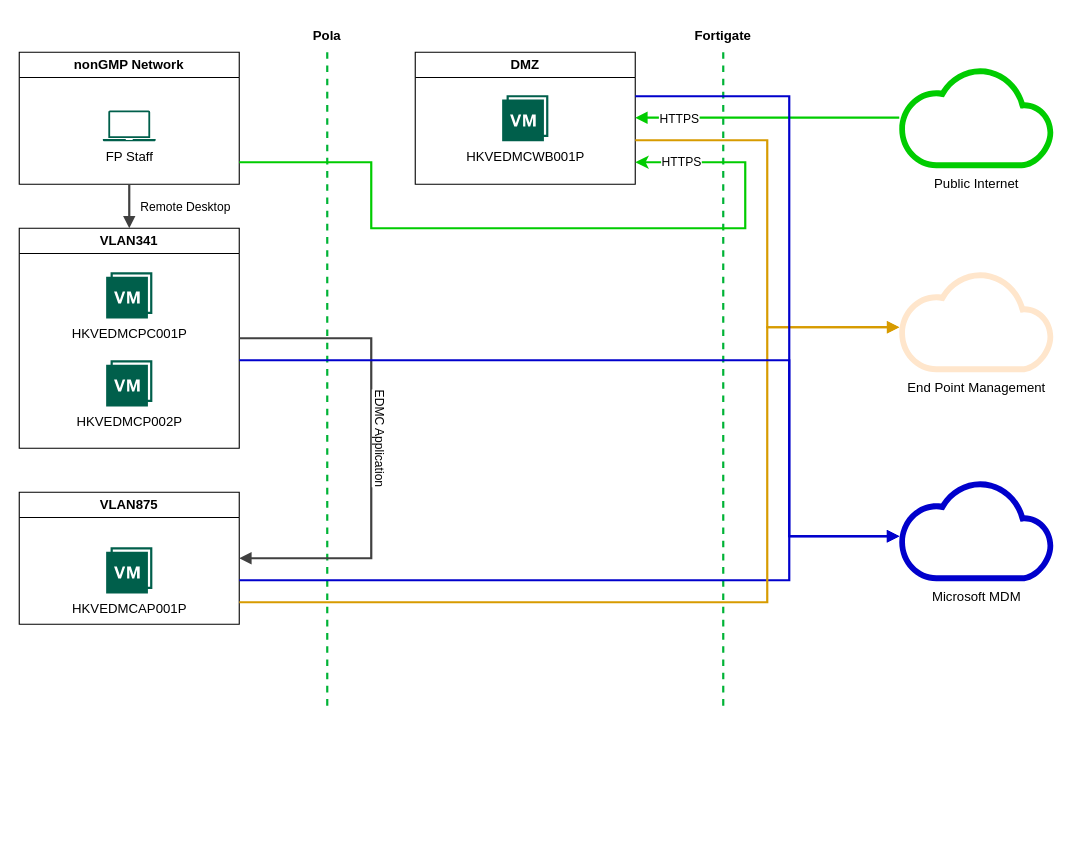
Earlier version of the draw.io diagram EDMC.drawio (rwo001/FP). Source tidied: cells renumbered, new cells numbered last; positions are measured from the earlier drawing's top-left corner, leaving out a move shared by most shapes. Both pictures are drawn from the tidied source at 110%, with x=0, y=0 at pixel (19, 19).
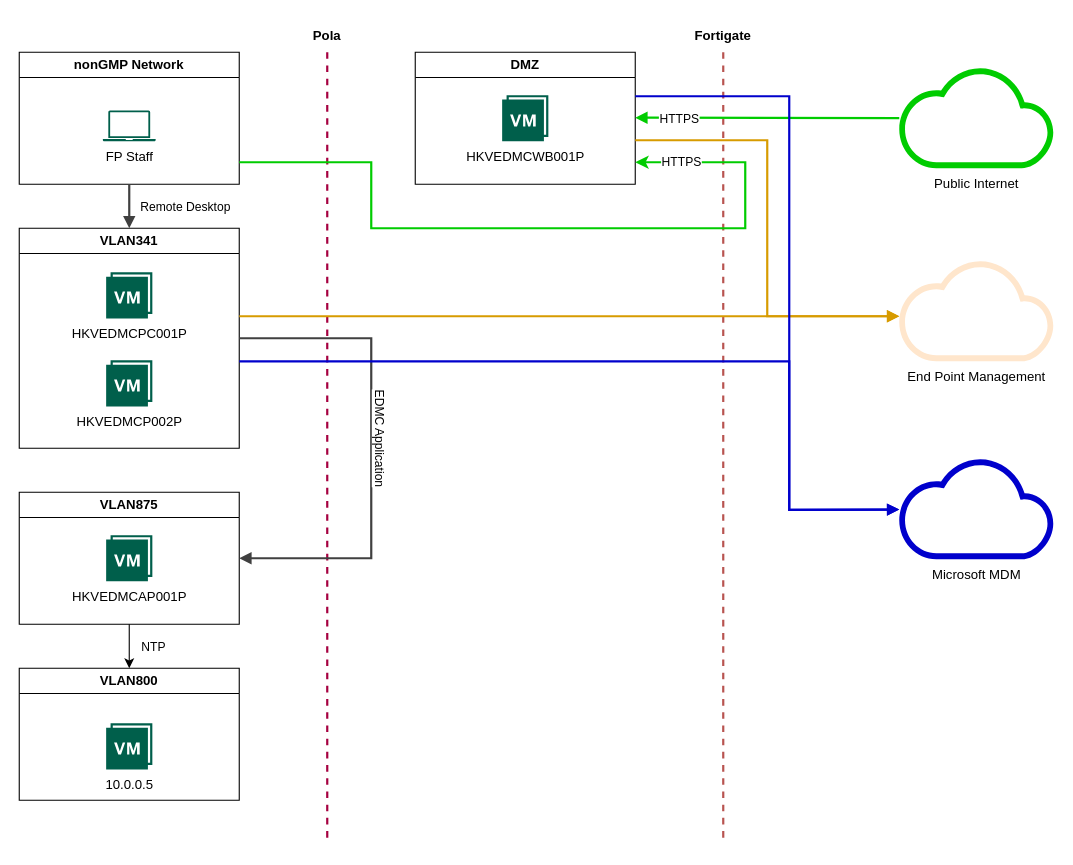
The same page after the edit.

Unchanged cells that the change refers to:
```xml
<mxCell id="2" value="VLAN875" style="swimlane;whiteSpace=wrap;html=1;" parent="1" vertex="1">
  <mxGeometry y="430" width="200" height="120" as="geometry" />
</mxCell>
<mxCell id="10" value="Public Internet" style="sketch=0;shadow=0;dashed=0;html=1;strokeColor=#82b366;fillColor=#00CC00;labelPosition=center;verticalLabelPosition=bottom;verticalAlign=top;align=center;outlineConnect=0;shape=mxgraph.veeam2.cloud;" parent="1" vertex="1">
  <mxGeometry x="800" y="44.5" width="140" height="91" as="geometry" />
</mxCell>
```

Diff of the diagram source:
```diff
@@
     <mxCell id="3" value="HKVEDMCAP001P" style="sketch=0;shadow=0;dashed=0;html=1;strokeColor=none;fillColor=#005F4B;labelPosition=center;verticalLabelPosition=bottom;verticalAlign=top;align=center;shape=mxgraph.veeam2.vm_with_a_snapshot;" parent="2" vertex="1">
-      <mxGeometry x="79" y="50" width="42" height="42" as="geometry" />
+      <mxGeometry x="79" y="39" width="42" height="42" as="geometry" />
     </mxCell>
@@
-    <mxCell id="9" style="edgeStyle=none;rounded=0;html=1;jettySize=auto;orthogonalLoop=1;strokeColor=#00B336;strokeWidth=2;fontColor=#000000;jumpStyle=none;endArrow=none;endFill=0;startArrow=none;dashed=1;" parent="1" edge="1">
+    <mxCell id="9" style="edgeStyle=none;rounded=0;html=1;jettySize=auto;orthogonalLoop=1;strokeColor=#A50040;strokeWidth=2;fontColor=#000000;jumpStyle=none;endArrow=none;endFill=0;startArrow=none;dashed=1;fillColor=#d80073;" parent="1" edge="1">
       <mxGeometry relative="1" as="geometry">
         <mxPoint x="280" y="30" as="sourcePoint" />
-        <mxPoint x="280" y="630" as="targetPoint" />
+        <mxPoint x="280" y="750" as="targetPoint" />
       </mxGeometry>
     </mxCell>
@@
-    <mxCell id="11" style="edgeStyle=none;rounded=0;html=1;jettySize=auto;orthogonalLoop=1;strokeColor=#00B336;strokeWidth=2;fontColor=#000000;jumpStyle=none;endArrow=none;endFill=0;startArrow=none;dashed=1;" parent="1" edge="1">
+    <mxCell id="11" style="edgeStyle=none;rounded=0;html=1;jettySize=auto;orthogonalLoop=1;strokeColor=#b85450;strokeWidth=2;fontColor=#000000;jumpStyle=none;endArrow=none;endFill=0;startArrow=none;dashed=1;fillColor=#f8cecc;" parent="1" edge="1">
       <mxGeometry relative="1" as="geometry">
         <mxPoint x="640" y="30" as="sourcePoint" />
-        <mxPoint x="640" y="630" as="targetPoint" />
+        <mxPoint x="640" y="750" as="targetPoint" />
       </mxGeometry>
     </mxCell>
-    <mxCell id="12" style="edgeStyle=none;rounded=0;html=1;jettySize=auto;orthogonalLoop=1;strokeColor=#00CC00;strokeWidth=2;fontColor=#000000;jumpStyle=none;endArrow=block;endFill=1;startArrow=none;entryX=1;entryY=0.5;entryDx=0;entryDy=0;" parent="1" edge="1">
+    <mxCell id="12" style="edgeStyle=none;rounded=0;html=1;jettySize=auto;strokeColor=#00CC00;strokeWidth=2;fontColor=#000000;jumpStyle=none;endArrow=block;endFill=1;startArrow=none;entryX=1;entryY=0.5;entryDx=0;entryDy=0;" parent="1" edge="1" source="10">
       <mxGeometry relative="1" as="geometry">
-        <mxPoint x="800" y="89.5" as="sourcePoint" />
         <mxPoint x="560" y="89.5" as="targetPoint" />
       </mxGeometry>
     </mxCell>
@@
     <mxCell id="24" value="End Point Management" style="sketch=0;shadow=0;dashed=0;html=1;strokeColor=#d79b00;fillColor=#ffe6cc;labelPosition=center;verticalLabelPosition=bottom;verticalAlign=top;align=center;outlineConnect=0;shape=mxgraph.veeam2.cloud;" parent="1" vertex="1">
-      <mxGeometry x="800" y="230" width="140" height="91" as="geometry" />
+      <mxGeometry x="800" y="220" width="140" height="91" as="geometry" />
     </mxCell>
     <mxCell id="25" value="Microsoft MDM" style="sketch=0;shadow=0;dashed=0;html=1;strokeColor=#b85450;fillColor=#0000CC;labelPosition=center;verticalLabelPosition=bottom;verticalAlign=top;align=center;outlineConnect=0;shape=mxgraph.veeam2.cloud;" parent="1" vertex="1">
-      <mxGeometry x="800" y="420" width="140" height="91" as="geometry" />
+      <mxGeometry x="800" y="400" width="140" height="91" as="geometry" />
     </mxCell>
-    <mxCell id="26" style="edgeStyle=none;rounded=0;html=1;jettySize=auto;orthogonalLoop=1;strokeColor=#0000CC;strokeWidth=2;fontColor=#000000;jumpStyle=none;endArrow=block;endFill=1;startArrow=none;fillColor=#f8cecc;" parent="1" edge="1">
-      <mxGeometry relative="1" as="geometry">
-        <mxPoint x="200" y="510" as="sourcePoint" />
-        <mxPoint x="800" y="470" as="targetPoint" />
-        <Array as="points">
-          <mxPoint x="700" y="510" />
-          <mxPoint x="700" y="470" />
-          <mxPoint x="790" y="470" />
-          <mxPoint x="740" y="470" />
-        </Array>
-      </mxGeometry>
-    </mxCell>
     <mxCell id="27" style="edgeStyle=none;rounded=0;html=1;jettySize=auto;orthogonalLoop=1;strokeColor=#d79b00;strokeWidth=2;fontColor=#000000;jumpStyle=none;endArrow=block;endFill=1;startArrow=none;fillColor=#ffe6cc;" parent="1" edge="1">
       <mxGeometry relative="1" as="geometry">
-        <mxPoint x="200" y="530" as="sourcePoint" />
-        <mxPoint x="800" y="280" as="targetPoint" />
-        <Array as="points">
-          <mxPoint x="680" y="530" />
-          <mxPoint x="680" y="280" />
-        </Array>
+        <mxPoint x="200" y="270" as="sourcePoint" />
+        <mxPoint x="800" y="270" as="targetPoint" />
       </mxGeometry>
     </mxCell>
-    <mxCell id="28" style="edgeStyle=none;rounded=0;html=1;jettySize=auto;strokeColor=#d79b00;strokeWidth=2;fontColor=#000000;jumpStyle=none;endArrow=block;endFill=1;startArrow=none;fillColor=#ffe6cc;entryX=0;entryY=0.549;entryDx=0;entryDy=0;entryPerimeter=0;" parent="1" edge="1" target="24">
+    <mxCell id="28" style="edgeStyle=none;rounded=0;html=1;jettySize=auto;orthogonalLoop=1;strokeColor=#d79b00;strokeWidth=2;fontColor=#000000;jumpStyle=none;endArrow=block;endFill=1;startArrow=none;fillColor=#ffe6cc;" parent="1" edge="1">
       <mxGeometry relative="1" as="geometry">
         <mxPoint x="560" y="110" as="sourcePoint" />
+        <mxPoint x="800" y="270" as="targetPoint" />
         <Array as="points">
           <mxPoint x="680" y="110" />
-          <mxPoint x="680" y="280" />
+          <mxPoint x="680" y="270" />
         </Array>
       </mxGeometry>
     </mxCell>
-    <mxCell id="29" style="edgeStyle=none;rounded=0;html=1;jettySize=auto;orthogonalLoop=1;strokeColor=#0000CC;strokeWidth=2;fontColor=#000000;jumpStyle=none;endArrow=block;endFill=1;startArrow=none;fillColor=#f8cecc;" parent="1" edge="1">
+    <mxCell id="29" style="edgeStyle=none;rounded=0;html=1;jettySize=auto;strokeColor=#0000CC;strokeWidth=2;fontColor=#000000;jumpStyle=none;endArrow=block;endFill=1;startArrow=none;fillColor=#f8cecc;" parent="1" edge="1" target="25">
       <mxGeometry relative="1" as="geometry">
-        <mxPoint x="200" y="310" as="sourcePoint" />
-        <mxPoint x="800" y="470" as="targetPoint" />
+        <mxPoint x="200" y="311" as="sourcePoint" />
         <Array as="points">
-          <mxPoint x="700" y="310" />
-          <mxPoint x="700" y="470" />
+          <mxPoint x="700" y="311" />
+          <mxPoint x="700" y="446" />
         </Array>
       </mxGeometry>
     </mxCell>
-    <mxCell id="30" style="edgeStyle=none;rounded=0;html=1;jettySize=auto;orthogonalLoop=1;strokeColor=#0000CC;strokeWidth=2;fontColor=#000000;jumpStyle=none;endArrow=block;endFill=1;startArrow=none;fillColor=#f8cecc;exitX=1;exitY=0.5;exitDx=0;exitDy=0;" parent="1" edge="1">
+    <mxCell id="30" style="edgeStyle=none;rounded=0;html=1;jettySize=auto;strokeColor=#0000CC;strokeWidth=2;fontColor=#000000;jumpStyle=none;endArrow=block;endFill=1;startArrow=none;fillColor=#f8cecc;exitX=1;exitY=0.5;exitDx=0;exitDy=0;" parent="1" edge="1" target="25">
       <mxGeometry relative="1" as="geometry">
         <mxPoint x="560" y="70" as="sourcePoint" />
-        <mxPoint x="800" y="470" as="targetPoint" />
         <Array as="points">
           <mxPoint x="700" y="70" />
-          <mxPoint x="700" y="470" />
+          <mxPoint x="700" y="446" />
         </Array>
       </mxGeometry>
     </mxCell>
+    <mxCell id="31" value="VLAN800" style="swimlane;whiteSpace=wrap;html=1;" parent="1" vertex="1">
+      <mxGeometry y="590" width="200" height="120" as="geometry" />
+    </mxCell>
+    <mxCell id="32" value="10.0.0.5" style="sketch=0;shadow=0;dashed=0;html=1;strokeColor=none;fillColor=#005F4B;labelPosition=center;verticalLabelPosition=bottom;verticalAlign=top;align=center;shape=mxgraph.veeam2.vm_with_a_snapshot;" parent="31" vertex="1">
+      <mxGeometry x="79" y="50" width="42" height="42" as="geometry" />
+    </mxCell>
+    <mxCell id="33" style="endArrow=classic;html=1;rounded=0;exitX=0.5;exitY=1;exitDx=0;exitDy=0;entryX=0.5;entryY=0;entryDx=0;entryDy=0;" parent="1" edge="1" source="2" target="31">
+      <mxGeometry relative="1" as="geometry" />
+    </mxCell>
+    <mxCell id="34" value="NTP" style="edgeLabel;html=1;align=center;verticalAlign=middle;" parent="33" vertex="1">
+      <mxGeometry x="-0.25" y="-2" relative="1" as="geometry">
+        <mxPoint x="23" y="5" as="offset" />
+      </mxGeometry>
+    </mxCell>
```
